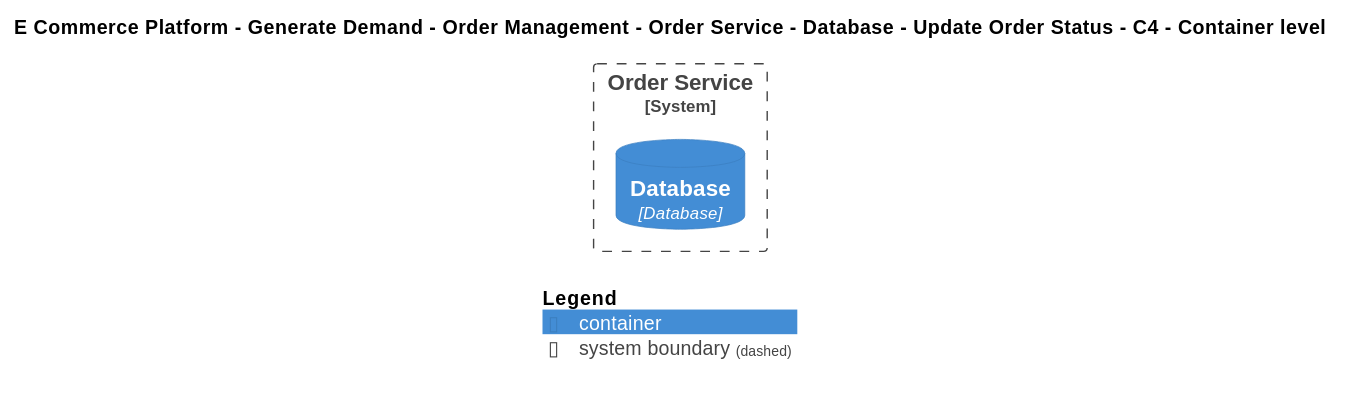
Above: Samples/E-Commerce Platform/Yaml/Diagrams/E Commerce Platform/Generate Demand/Order Management/Software Systems/Order Service/Containers/Database/Interfaces/Update Order Status/Container - C4.svg in mnadenysenko/C4InterFlow (PlantUML), before the change. Source of this version:
```plantuml
@startuml
!include ..\..\..\..\..\..\..\..\..\.c4s\C4_Container.puml

AddElementTag("c4interflow:lifecycle:new", $bgColor=green, $fontColor=#ffffff, $borderColor=green, $shadowing="False")
AddElementTag("c4interflow:lifecycle:changed", $bgColor=orange, $fontColor=#ffffff, $borderColor=orange, $shadowing="False")
AddElementTag("c4interflow:lifecycle:removed", $bgColor=red, $fontColor=#ffffff, $borderColor=red, $shadowing="False")

AddRelTag("c4interflow:lifecycle:new", $textColor=green, $lineColor=green)
AddRelTag("c4interflow:lifecycle:changed", $textColor=orange, $lineColor=orange)
AddRelTag("c4interflow:lifecycle:removed", $textColor=red, $lineColor=red)

SHOW_PERSON_PORTRAIT()
LAYOUT_TOP_DOWN()

skinparam linetype polyline

title E Commerce Platform - Generate Demand - Order Management - Order Service - Database - Update Order Status - C4 - Container level


System_Boundary(ECommercePlatform.GenerateDemand.OrderManagement.SoftwareSystems.OrderService, "Order Service") {
    ContainerDb(ECommercePlatform.GenerateDemand.OrderManagement.SoftwareSystems.OrderService.Containers.Database, "Database", "Database", "")
}



SHOW_LEGEND()
@enduml
```
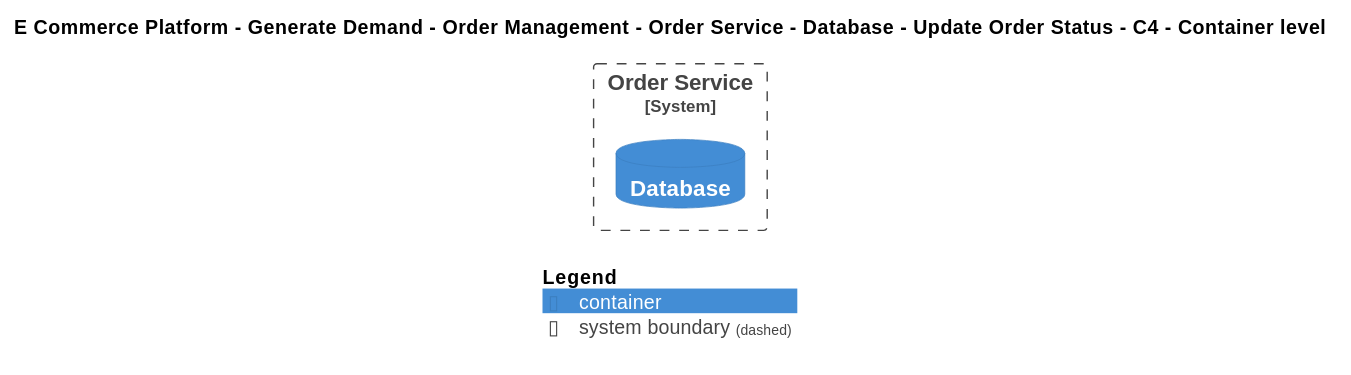
The same file after the commit.

The edit, as a diff of the source:
```diff
@@ -18,7 +18,7 @@
 
 
 System_Boundary(ECommercePlatform.GenerateDemand.OrderManagement.SoftwareSystems.OrderService, "Order Service") {
-    ContainerDb(ECommercePlatform.GenerateDemand.OrderManagement.SoftwareSystems.OrderService.Containers.Database, "Database", "Database", "")
+    ContainerDb(ECommercePlatform.GenerateDemand.OrderManagement.SoftwareSystems.OrderService.Containers.Database, "Database", "", "")
 }
 
 
```
